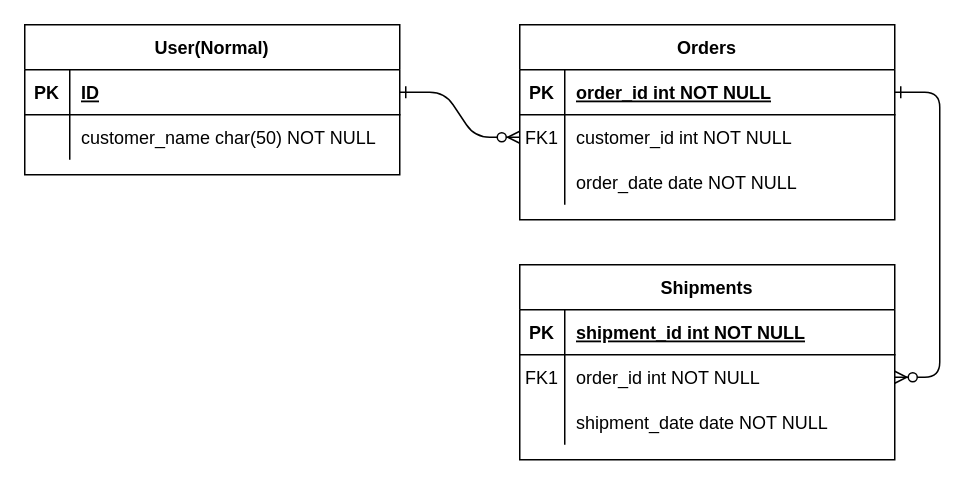
1LealSan1/Digrams keeps this draw.io diagram as Project Traders/Diagrama sin título.drawio. Above is the earlier version. Source tidied: cells renumbered, new cells numbered last; positions are measured from the earlier drawing's top-left corner, leaving out a move shared by most shapes. Both pictures are drawn from the tidied source at 150%, with x=0, y=0 at pixel (24, 24).
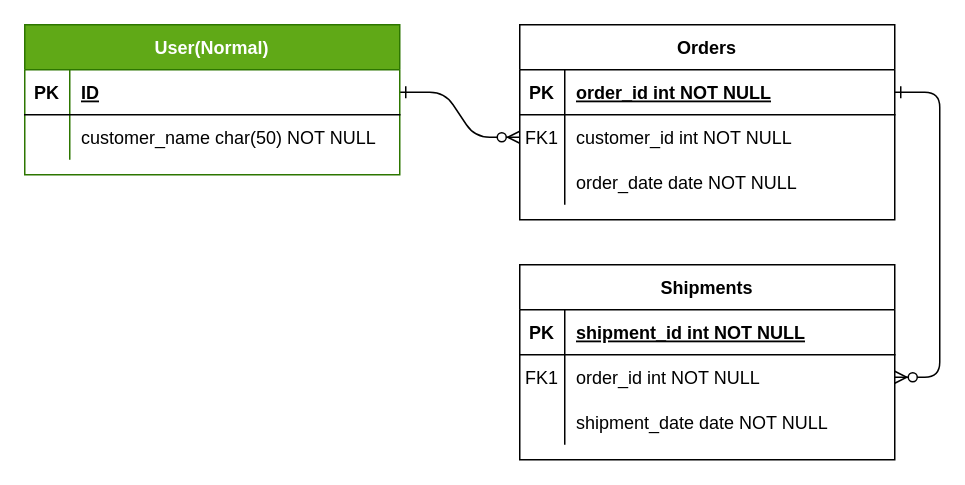
Above is the later version.

Diff of the diagram source:
```diff
@@
-    <mxCell id="24" value="User(Normal)" style="shape=table;startSize=30;childLayout=tableLayout;rowLines=0;fontStyle=1;align=center;" parent="1" vertex="1">
+    <mxCell id="24" value="User(Normal)" style="shape=table;startSize=30;childLayout=tableLayout;rowLines=0;fontStyle=1;align=center;fillColor=#60a917;strokeColor=#2D7600;fontColor=#ffffff;" parent="1" vertex="1">
       <mxGeometry width="250" height="100" as="geometry" />
     </mxCell>
```
